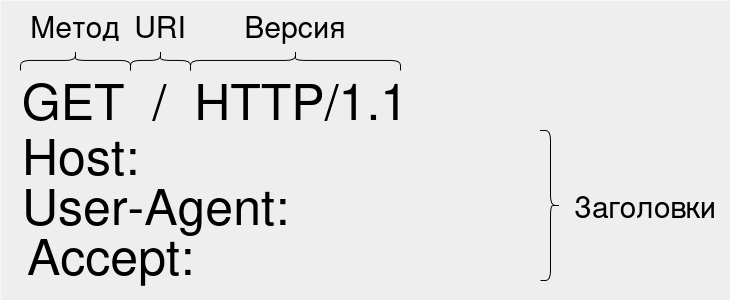
Above: img/HTTP1_Request.drawio.png in DarkSoulEater/Http2Presentation (draw.io), before the change. Source tidied: cells renumbered, new cells last; positions are measured from the earlier drawing's top-left corner, leaving out a move shared by most shapes.
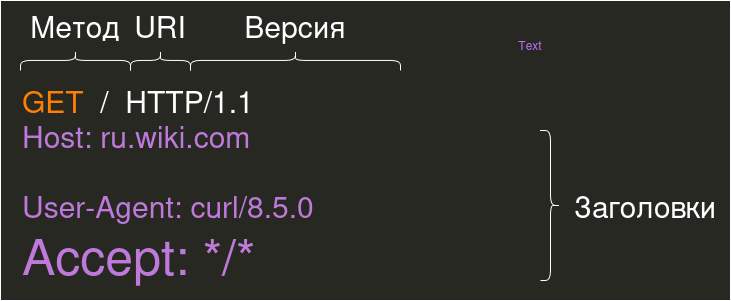
After the change.

Change to the diagram source:
```diff
@@ -2,10 +2,10 @@
   <root>
     <mxCell id="0" />
     <mxCell id="1" parent="0" />
-    <mxCell id="2" style="rounded=0;whiteSpace=wrap;html=1;fillStyle=solid;fillColor=light-dark(#eeeeee, #272822);strokeColor=none;" parent="1" vertex="1">
+    <mxCell id="2" style="rounded=0;whiteSpace=wrap;html=1;fillStyle=solid;fillColor=light-dark(#eeeeee, #272822);strokeColor=default;" parent="1" vertex="1">
       <mxGeometry y="45" width="730" height="300" as="geometry" />
     </mxCell>
-    <mxCell id="3" value="&lt;font style=&quot;font-size: 50px;&quot;&gt;&lt;span style=&quot;color: light-dark(rgb(0, 0, 0), rgb(255, 128, 0));&quot;&gt;GET&lt;/span&gt;&amp;nbsp; /&amp;nbsp; HTTP/1.1&lt;/font&gt;" style="text;html=1;align=center;verticalAlign=middle;whiteSpace=wrap;rounded=0;" parent="1" vertex="1">
+    <mxCell id="3" value="&lt;font style=&quot;font-size: 30px;&quot;&gt;&lt;span style=&quot;color: light-dark(rgb(0, 0, 0), rgb(255, 128, 0));&quot;&gt;GET&lt;/span&gt;&amp;nbsp; /&amp;nbsp; HTTP/1.1&lt;/font&gt;" style="text;html=1;align=left;verticalAlign=middle;whiteSpace=wrap;rounded=0;" parent="1" vertex="1">
       <mxGeometry x="20" y="125" width="390" height="40" as="geometry" />
     </mxCell>
     <mxCell id="4" style="shape=curlyBracket;whiteSpace=wrap;html=1;rounded=1;flipH=1;labelPosition=right;verticalLabelPosition=middle;align=left;verticalAlign=middle;rotation=-90;" parent="1" vertex="1">
@@ -32,14 +32,17 @@
     <mxCell id="11" value="&lt;font style=&quot;font-size: 30px;&quot;&gt;Заголовки&lt;/font&gt;" style="text;html=1;align=center;verticalAlign=middle;whiteSpace=wrap;rounded=0;" parent="1" vertex="1">
       <mxGeometry x="600" y="235" width="90" height="30" as="geometry" />
     </mxCell>
-    <mxCell id="12" value="&lt;font style=&quot;font-size: 50px;&quot;&gt;Host: &lt;span style=&quot;color: rgba(0, 0, 0, 0);&quot;&gt;ru.wiki.com&lt;/span&gt;&lt;/font&gt;" style="text;html=1;align=left;verticalAlign=middle;whiteSpace=wrap;rounded=0;fontColor=light-dark(#000000, #613583);" parent="1" vertex="1">
-      <mxGeometry x="20" y="175" width="490" height="50" as="geometry" />
+    <mxCell id="12" value="&lt;font style=&quot;font-size: 30px;&quot;&gt;&lt;span style=&quot;&quot;&gt;&lt;span style=&quot;&quot;&gt;&lt;span style=&quot;&quot;&gt;Host:&lt;/span&gt;&lt;/span&gt;&lt;/span&gt; &lt;span style=&quot;&quot;&gt;ru.wiki.com&lt;/span&gt;&lt;/font&gt;" style="text;html=1;align=left;verticalAlign=middle;whiteSpace=wrap;rounded=0;fontColor=light-dark(#000000, #bf79db);" parent="1" vertex="1">
+      <mxGeometry x="20" y="155" width="490" height="50" as="geometry" />
     </mxCell>
-    <mxCell id="13" value="&lt;font style=&quot;font-size: 50px;&quot;&gt;User-Agent: &lt;span style=&quot;color: rgba(0, 0, 0, 0);&quot;&gt;curl/8.5.0&lt;/span&gt;&lt;/font&gt;" style="text;html=1;align=left;verticalAlign=middle;whiteSpace=wrap;rounded=0;fontColor=light-dark(#000000, #613583);" parent="1" vertex="1">
+    <mxCell id="13" value="&lt;font style=&quot;font-size: 30px;&quot;&gt;User-Agent: &lt;span style=&quot;&quot;&gt;curl/8.5.0&lt;/span&gt;&lt;/font&gt;" style="text;html=1;align=left;verticalAlign=middle;whiteSpace=wrap;rounded=0;fontColor=light-dark(#000000, #bf79db);" parent="1" vertex="1">
       <mxGeometry x="20" y="225" width="490" height="50" as="geometry" />
     </mxCell>
-    <mxCell id="14" value="&lt;font style=&quot;font-size: 50px;&quot;&gt;Accept: &lt;span style=&quot;color: rgba(0, 0, 0, 0);&quot;&gt;*/*&lt;/span&gt;&lt;/font&gt;" style="text;html=1;align=left;verticalAlign=middle;whiteSpace=wrap;rounded=0;fontColor=light-dark(#000000, #613583);" parent="1" vertex="1">
-      <mxGeometry x="25" y="275" width="490" height="50" as="geometry" />
+    <mxCell id="14" value="&lt;font style=&quot;font-size: 50px;&quot;&gt;Accept: &lt;span style=&quot;&quot;&gt;*/*&lt;/span&gt;&lt;/font&gt;" style="text;html=1;align=left;verticalAlign=middle;whiteSpace=wrap;rounded=0;fontColor=light-dark(#000000, #bf79db);" parent="1" vertex="1">
+      <mxGeometry x="20" y="275" width="490" height="50" as="geometry" />
     </mxCell>
+    <mxCell id="15" value="&lt;span style=&quot;&quot;&gt;T&lt;/span&gt;&lt;span style=&quot;&quot;&gt;&lt;span style=&quot;&quot;&gt;ex&lt;/span&gt;&lt;/span&gt;&lt;span style=&quot;&quot;&gt;t&lt;/span&gt;" style="text;html=1;align=center;verticalAlign=middle;whiteSpace=wrap;rounded=0;fontColor=light-dark(#000000,#C56EFF);" parent="1" vertex="1">
+      <mxGeometry x="500" y="75" width="60" height="30" as="geometry" />
+    </mxCell>
   </root>
 </mxGraphModel>
```
